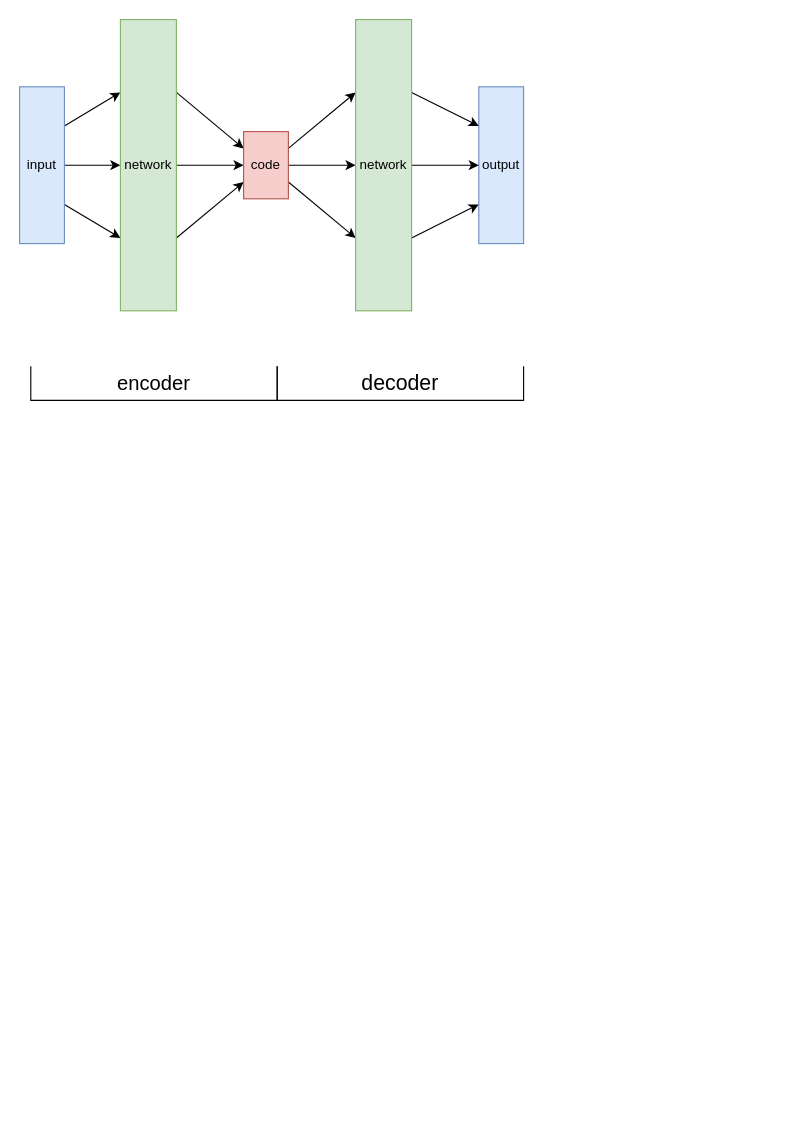
MAXWELLED/Max-and-his-friend keeps this draw.io diagram as AE.drawio. Above is the earlier version. Source tidied: cells renumbered, new cells numbered last; positions are measured from the earlier drawing's top-left corner, leaving out a move shared by most shapes. Both pictures are drawn from the tidied source at 112%, with x=0, y=0 at pixel (19, 19).
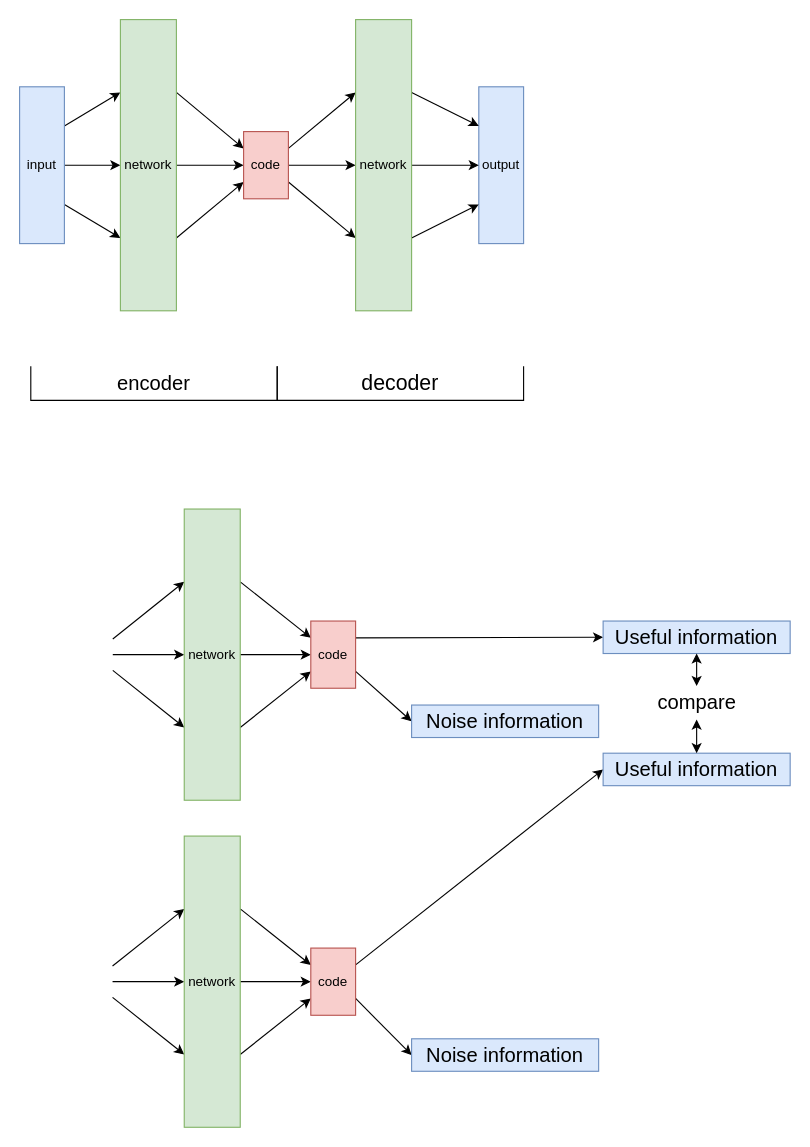
Above is the later version.

Change to the diagram source:
```diff
@@
+    <mxCell id="21" style="edgeStyle=none;rounded=0;jettySize=auto;html=1;exitX=1;exitY=0.25;exitDx=0;exitDy=0;entryX=0;entryY=0.25;entryDx=0;entryDy=0;fontSize=18;" parent="1" edge="1" target="27">
+      <mxGeometry relative="1" as="geometry">
+        <mxPoint x="83.2" y="553" as="sourcePoint" />
+      </mxGeometry>
+    </mxCell>
+    <mxCell id="22" style="edgeStyle=none;rounded=0;jettySize=auto;html=1;exitX=1;exitY=0.5;exitDx=0;exitDy=0;entryX=0;entryY=0.5;entryDx=0;entryDy=0;fontSize=18;" parent="1" edge="1" target="27">
+      <mxGeometry relative="1" as="geometry">
+        <mxPoint x="83.2" y="567" as="sourcePoint" />
+      </mxGeometry>
+    </mxCell>
+    <mxCell id="23" style="edgeStyle=none;rounded=0;jettySize=auto;html=1;exitX=1;exitY=0.75;exitDx=0;exitDy=0;entryX=0;entryY=0.75;entryDx=0;entryDy=0;fontSize=18;" parent="1" edge="1" target="27">
+      <mxGeometry relative="1" as="geometry">
+        <mxPoint x="83.2" y="581" as="sourcePoint" />
+      </mxGeometry>
+    </mxCell>
+    <mxCell id="24" style="edgeStyle=none;rounded=0;jettySize=auto;html=1;exitX=1;exitY=0.25;exitDx=0;exitDy=0;entryX=0;entryY=0.25;entryDx=0;entryDy=0;fontSize=18;" parent="1" edge="1" source="27" target="30">
+      <mxGeometry relative="1" as="geometry" />
+    </mxCell>
+    <mxCell id="25" style="edgeStyle=none;rounded=0;jettySize=auto;html=1;exitX=1;exitY=0.5;exitDx=0;exitDy=0;entryX=0;entryY=0.5;entryDx=0;entryDy=0;fontSize=18;" parent="1" edge="1" source="27" target="30">
+      <mxGeometry relative="1" as="geometry" />
+    </mxCell>
+    <mxCell id="26" style="edgeStyle=none;rounded=0;jettySize=auto;html=1;exitX=1;exitY=0.75;exitDx=0;exitDy=0;entryX=0;entryY=0.75;entryDx=0;entryDy=0;fontSize=18;" parent="1" edge="1" source="27" target="30">
+      <mxGeometry relative="1" as="geometry" />
+    </mxCell>
+    <mxCell id="27" value="network" style="rounded=0;whiteSpace=wrap;html=1;fillColor=#d5e8d4;strokeColor=#82b366;" parent="1" vertex="1">
+      <mxGeometry x="147" y="437" width="50" height="260" as="geometry" />
+    </mxCell>
+    <mxCell id="28" style="edgeStyle=none;rounded=0;jettySize=auto;html=1;exitX=1;exitY=0.25;exitDx=0;exitDy=0;entryX=0;entryY=0.5;entryDx=0;entryDy=0;fontSize=18;" parent="1" edge="1" source="30" target="31">
+      <mxGeometry relative="1" as="geometry" />
+    </mxCell>
+    <mxCell id="29" style="edgeStyle=none;rounded=0;jettySize=auto;html=1;exitX=1;exitY=0.75;exitDx=0;exitDy=0;entryX=0;entryY=0.5;entryDx=0;entryDy=0;fontSize=18;" parent="1" edge="1" source="30" target="32">
+      <mxGeometry relative="1" as="geometry" />
+    </mxCell>
+    <mxCell id="30" value="code" style="rounded=0;whiteSpace=wrap;html=1;fillColor=#f8cecc;strokeColor=#b85450;" parent="1" vertex="1">
+      <mxGeometry x="260" y="537" width="40" height="60" as="geometry" />
+    </mxCell>
+    <mxCell id="31" value="Useful information" style="rounded=0;whiteSpace=wrap;html=1;fontSize=18;fillColor=#dae8fc;strokeColor=#6c8ebf;" parent="1" vertex="1">
+      <mxGeometry x="521" y="537" width="167" height="29" as="geometry" />
+    </mxCell>
+    <mxCell id="32" value="Noise information" style="rounded=0;whiteSpace=wrap;html=1;fontSize=18;fillColor=#dae8fc;strokeColor=#6c8ebf;" parent="1" vertex="1">
+      <mxGeometry x="350" y="612" width="167" height="29" as="geometry" />
+    </mxCell>
+    <mxCell id="33" style="edgeStyle=none;rounded=0;jettySize=auto;html=1;exitX=1;exitY=0.25;exitDx=0;exitDy=0;entryX=0;entryY=0.25;entryDx=0;entryDy=0;fontSize=18;" parent="1" edge="1" target="39">
+      <mxGeometry relative="1" as="geometry">
+        <mxPoint x="83" y="845" as="sourcePoint" />
+      </mxGeometry>
+    </mxCell>
+    <mxCell id="34" style="edgeStyle=none;rounded=0;jettySize=auto;html=1;exitX=1;exitY=0.5;exitDx=0;exitDy=0;entryX=0;entryY=0.5;entryDx=0;entryDy=0;fontSize=18;" parent="1" edge="1" target="39">
+      <mxGeometry relative="1" as="geometry">
+        <mxPoint x="83" y="859" as="sourcePoint" />
+      </mxGeometry>
+    </mxCell>
+    <mxCell id="35" style="edgeStyle=none;rounded=0;jettySize=auto;html=1;exitX=1;exitY=0.75;exitDx=0;exitDy=0;entryX=0;entryY=0.75;entryDx=0;entryDy=0;fontSize=18;" parent="1" edge="1" target="39">
+      <mxGeometry relative="1" as="geometry">
+        <mxPoint x="83" y="873" as="sourcePoint" />
+      </mxGeometry>
+    </mxCell>
+    <mxCell id="36" style="edgeStyle=none;rounded=0;jettySize=auto;html=1;exitX=1;exitY=0.25;exitDx=0;exitDy=0;entryX=0;entryY=0.25;entryDx=0;entryDy=0;fontSize=18;" parent="1" edge="1" source="39" target="42">
+      <mxGeometry relative="1" as="geometry" />
+    </mxCell>
+    <mxCell id="37" style="edgeStyle=none;rounded=0;jettySize=auto;html=1;exitX=1;exitY=0.5;exitDx=0;exitDy=0;entryX=0;entryY=0.5;entryDx=0;entryDy=0;fontSize=18;" parent="1" edge="1" source="39" target="42">
+      <mxGeometry relative="1" as="geometry" />
+    </mxCell>
+    <mxCell id="38" style="edgeStyle=none;rounded=0;jettySize=auto;html=1;exitX=1;exitY=0.75;exitDx=0;exitDy=0;entryX=0;entryY=0.75;entryDx=0;entryDy=0;fontSize=18;" parent="1" edge="1" source="39" target="42">
+      <mxGeometry relative="1" as="geometry" />
+    </mxCell>
+    <mxCell id="39" value="network" style="rounded=0;whiteSpace=wrap;html=1;fillColor=#d5e8d4;strokeColor=#82b366;" parent="1" vertex="1">
+      <mxGeometry x="147" y="729" width="50" height="260" as="geometry" />
+    </mxCell>
+    <mxCell id="40" style="edgeStyle=none;rounded=0;jettySize=auto;html=1;exitX=1;exitY=0.25;exitDx=0;exitDy=0;entryX=0;entryY=0.5;entryDx=0;entryDy=0;fontSize=18;" parent="1" edge="1" source="42" target="43">
+      <mxGeometry relative="1" as="geometry" />
+    </mxCell>
+    <mxCell id="41" style="edgeStyle=none;rounded=0;jettySize=auto;html=1;exitX=1;exitY=0.75;exitDx=0;exitDy=0;entryX=0;entryY=0.5;entryDx=0;entryDy=0;fontSize=18;" parent="1" edge="1" source="42" target="44">
+      <mxGeometry relative="1" as="geometry" />
+    </mxCell>
+    <mxCell id="42" value="code" style="rounded=0;whiteSpace=wrap;html=1;fillColor=#f8cecc;strokeColor=#b85450;" parent="1" vertex="1">
+      <mxGeometry x="260" y="829" width="40" height="60" as="geometry" />
+    </mxCell>
+    <mxCell id="43" value="Useful information" style="rounded=0;whiteSpace=wrap;html=1;fontSize=18;fillColor=#dae8fc;strokeColor=#6c8ebf;" parent="1" vertex="1">
+      <mxGeometry x="521" y="655" width="167" height="29" as="geometry" />
+    </mxCell>
+    <mxCell id="44" value="Noise information" style="rounded=0;whiteSpace=wrap;html=1;fontSize=18;fillColor=#dae8fc;strokeColor=#6c8ebf;" parent="1" vertex="1">
+      <mxGeometry x="350" y="910" width="167" height="29" as="geometry" />
+    </mxCell>
+    <mxCell id="45" style="edgeStyle=none;rounded=0;jettySize=auto;html=1;exitX=0.5;exitY=0;exitDx=0;exitDy=0;entryX=0.5;entryY=1;entryDx=0;entryDy=0;fontSize=18;startArrow=classic;startFill=1;" parent="1" edge="1" source="47" target="31">
+      <mxGeometry relative="1" as="geometry" />
+    </mxCell>
+    <mxCell id="46" style="edgeStyle=none;rounded=0;jettySize=auto;html=1;exitX=0.5;exitY=1;exitDx=0;exitDy=0;entryX=0.5;entryY=0;entryDx=0;entryDy=0;fontSize=18;startArrow=classic;startFill=1;" parent="1" edge="1" source="47" target="43">
+      <mxGeometry relative="1" as="geometry" />
+    </mxCell>
+    <mxCell id="47" value="compare" style="text;html=1;strokeColor=none;fillColor=none;align=center;verticalAlign=middle;whiteSpace=wrap;rounded=0;fontSize=18;" parent="1" vertex="1">
+      <mxGeometry x="574.5" y="595" width="60" height="30" as="geometry" />
+    </mxCell>
```
